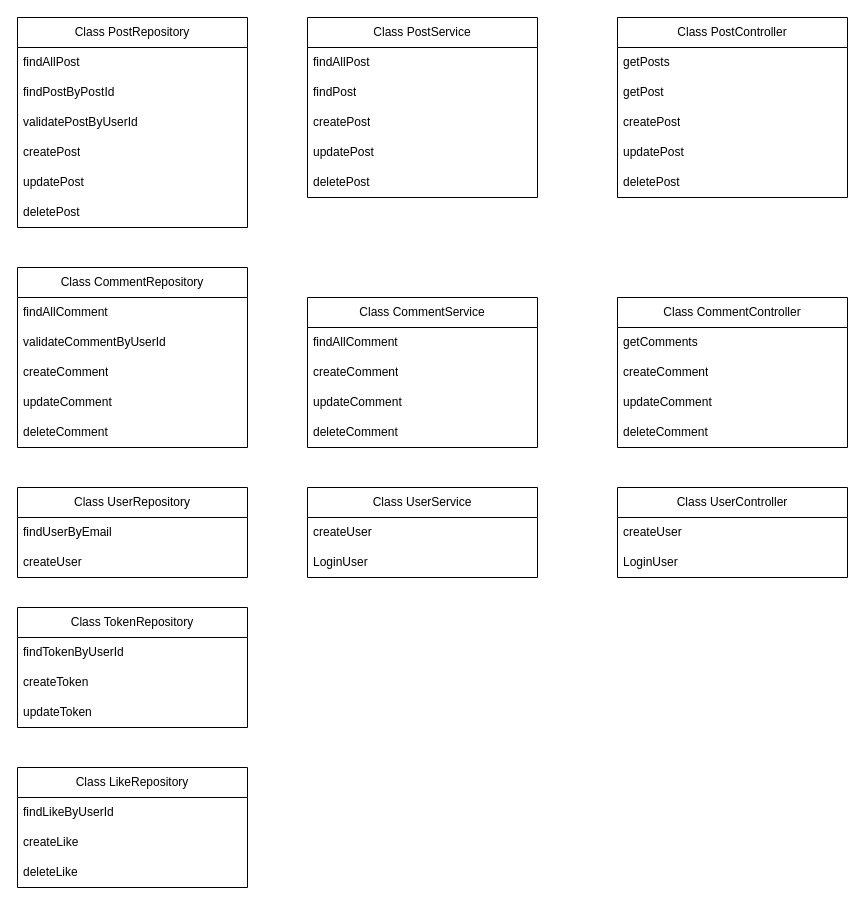
Hangju0610/hanghae99_Lv5_test keeps this draw.io diagram as class.drawio. Above is the earlier version. Source tidied: cells renumbered, new cells numbered last; positions are measured from the earlier drawing's top-left corner, leaving out a move shared by most shapes. Both pictures are drawn from the tidied source at 100%, with x=0, y=0 at pixel (17, 17).
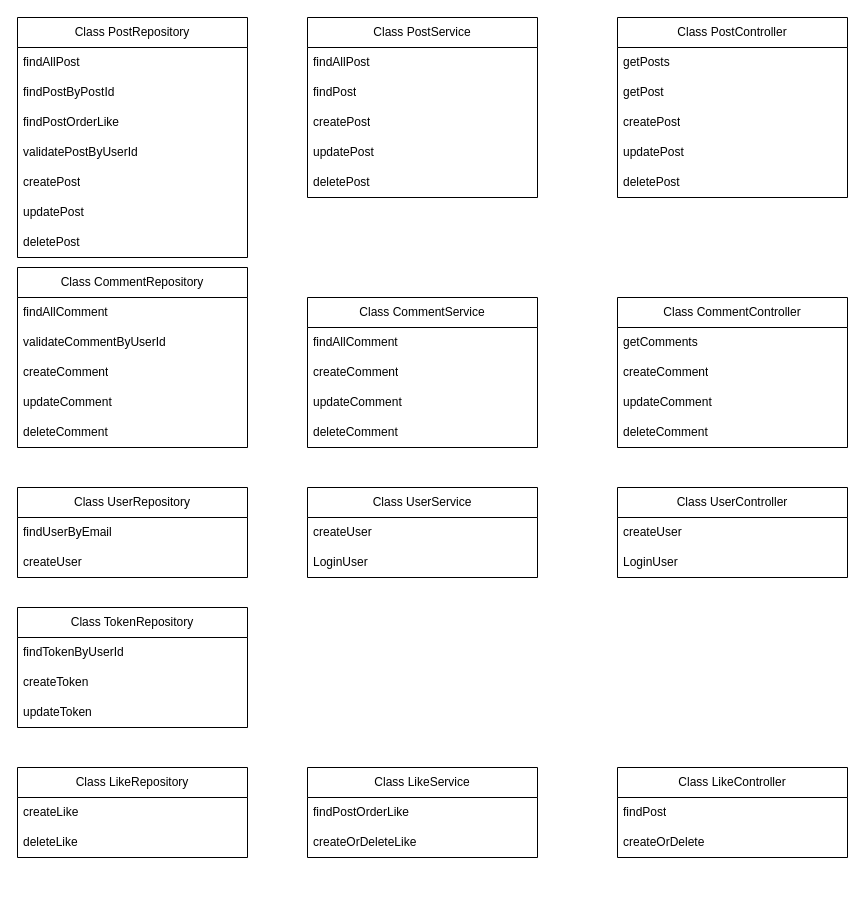
After the change.

What changed in the source:
```diff
@@
     <mxCell id="2" value="Class PostRepository" style="swimlane;fontStyle=0;horizontal=1;startSize=30;whiteSpace=wrap;html=1;" parent="1" vertex="1">
-      <mxGeometry width="230" height="210" as="geometry" />
+      <mxGeometry width="230" height="240" as="geometry" />
     </mxCell>
@@
+    <mxCell id="54" value="findPostOrderLike" style="text;strokeColor=none;fillColor=none;align=left;verticalAlign=middle;spacingLeft=4;spacingRight=4;overflow=hidden;whiteSpace=wrap;html=1;" parent="2" vertex="1">
+      <mxGeometry y="90" width="230" height="30" as="geometry" />
+    </mxCell>
     <mxCell id="5" value="validatePostByUserId" style="text;strokeColor=none;fillColor=none;align=left;verticalAlign=middle;spacingLeft=4;spacingRight=4;overflow=hidden;whiteSpace=wrap;html=1;" parent="2" vertex="1">
-      <mxGeometry y="90" width="230" height="30" as="geometry" />
+      <mxGeometry y="120" width="230" height="30" as="geometry" />
     </mxCell>
     <mxCell id="6" value="createPost" style="text;strokeColor=none;fillColor=none;align=left;verticalAlign=middle;spacingLeft=4;spacingRight=4;overflow=hidden;whiteSpace=wrap;html=1;" parent="2" vertex="1">
-      <mxGeometry y="120" width="230" height="30" as="geometry" />
+      <mxGeometry y="150" width="230" height="30" as="geometry" />
     </mxCell>
     <mxCell id="7" value="updatePost" style="text;strokeColor=none;fillColor=none;align=left;verticalAlign=middle;spacingLeft=4;spacingRight=4;overflow=hidden;whiteSpace=wrap;html=1;" parent="2" vertex="1">
-      <mxGeometry y="150" width="230" height="30" as="geometry" />
+      <mxGeometry y="180" width="230" height="30" as="geometry" />
     </mxCell>
     <mxCell id="8" value="deletePost" style="text;strokeColor=none;fillColor=none;align=left;verticalAlign=middle;spacingLeft=4;spacingRight=4;overflow=hidden;whiteSpace=wrap;html=1;" parent="2" vertex="1">
-      <mxGeometry y="180" width="230" height="30" as="geometry" />
+      <mxGeometry y="210" width="230" height="30" as="geometry" />
     </mxCell>
@@
     <mxCell id="22" value="Class LikeRepository" style="swimlane;fontStyle=0;horizontal=1;startSize=30;whiteSpace=wrap;html=1;" parent="1" vertex="1">
-      <mxGeometry y="750" width="230" height="120" as="geometry" />
+      <mxGeometry y="750" width="230" height="90" as="geometry" />
     </mxCell>
-    <mxCell id="23" value="findLikeByUserId" style="text;strokeColor=none;fillColor=none;align=left;verticalAlign=middle;spacingLeft=4;spacingRight=4;overflow=hidden;whiteSpace=wrap;html=1;" parent="22" vertex="1">
-      <mxGeometry y="30" width="230" height="30" as="geometry" />
-    </mxCell>
     <mxCell id="24" value="createLike" style="text;strokeColor=none;fillColor=none;align=left;verticalAlign=middle;spacingLeft=4;spacingRight=4;overflow=hidden;whiteSpace=wrap;html=1;" parent="22" vertex="1">
-      <mxGeometry y="60" width="230" height="30" as="geometry" />
+      <mxGeometry y="30" width="230" height="30" as="geometry" />
     </mxCell>
     <mxCell id="25" value="deleteLike" style="text;strokeColor=none;fillColor=none;align=left;verticalAlign=middle;spacingLeft=4;spacingRight=4;overflow=hidden;whiteSpace=wrap;html=1;" parent="22" vertex="1">
-      <mxGeometry y="90" width="230" height="30" as="geometry" />
+      <mxGeometry y="60" width="230" height="30" as="geometry" />
     </mxCell>
@@
+    <mxCell id="55" value="Class LikeService" style="swimlane;fontStyle=0;horizontal=1;startSize=30;whiteSpace=wrap;html=1;" parent="1" vertex="1">
+      <mxGeometry x="290" y="750" width="230" height="90" as="geometry" />
+    </mxCell>
+    <mxCell id="56" value="findPostOrderLike" style="text;strokeColor=none;fillColor=none;align=left;verticalAlign=middle;spacingLeft=4;spacingRight=4;overflow=hidden;whiteSpace=wrap;html=1;" parent="55" vertex="1">
+      <mxGeometry y="30" width="230" height="30" as="geometry" />
+    </mxCell>
+    <mxCell id="57" value="createOrDeleteLike" style="text;strokeColor=none;fillColor=none;align=left;verticalAlign=middle;spacingLeft=4;spacingRight=4;overflow=hidden;whiteSpace=wrap;html=1;" parent="55" vertex="1">
+      <mxGeometry y="60" width="230" height="30" as="geometry" />
+    </mxCell>
+    <mxCell id="58" value="Class LikeController" style="swimlane;fontStyle=0;horizontal=1;startSize=30;whiteSpace=wrap;html=1;" parent="1" vertex="1">
+      <mxGeometry x="600" y="750" width="230" height="90" as="geometry" />
+    </mxCell>
+    <mxCell id="59" value="findPost" style="text;strokeColor=none;fillColor=none;align=left;verticalAlign=middle;spacingLeft=4;spacingRight=4;overflow=hidden;whiteSpace=wrap;html=1;" parent="58" vertex="1">
+      <mxGeometry y="30" width="230" height="30" as="geometry" />
+    </mxCell>
+    <mxCell id="60" value="createOrDelete" style="text;strokeColor=none;fillColor=none;align=left;verticalAlign=middle;spacingLeft=4;spacingRight=4;overflow=hidden;whiteSpace=wrap;html=1;" parent="58" vertex="1">
+      <mxGeometry y="60" width="230" height="30" as="geometry" />
+    </mxCell>
```
